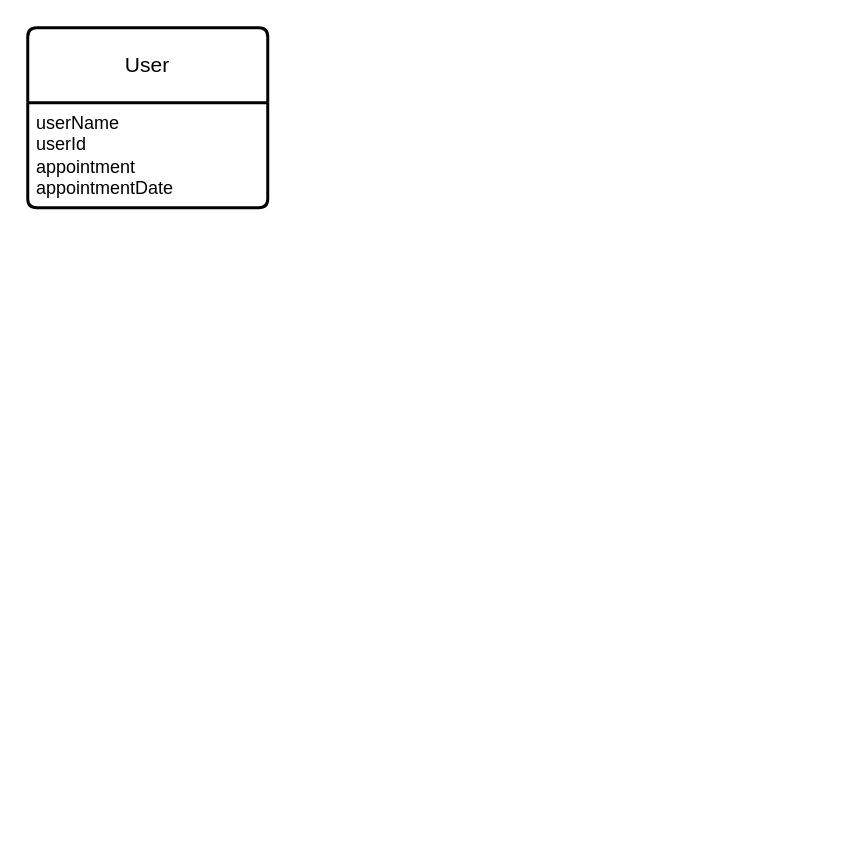
Earlier version of the draw.io diagram scheduler.drawio (mosnyik/scheduler). Source tidied: cells renumbered, new cells numbered last; positions are measured from the earlier drawing's top-left corner, leaving out a move shared by most shapes. Both pictures are drawn from the tidied source at 150%, with x=0, y=0 at pixel (27, 27).
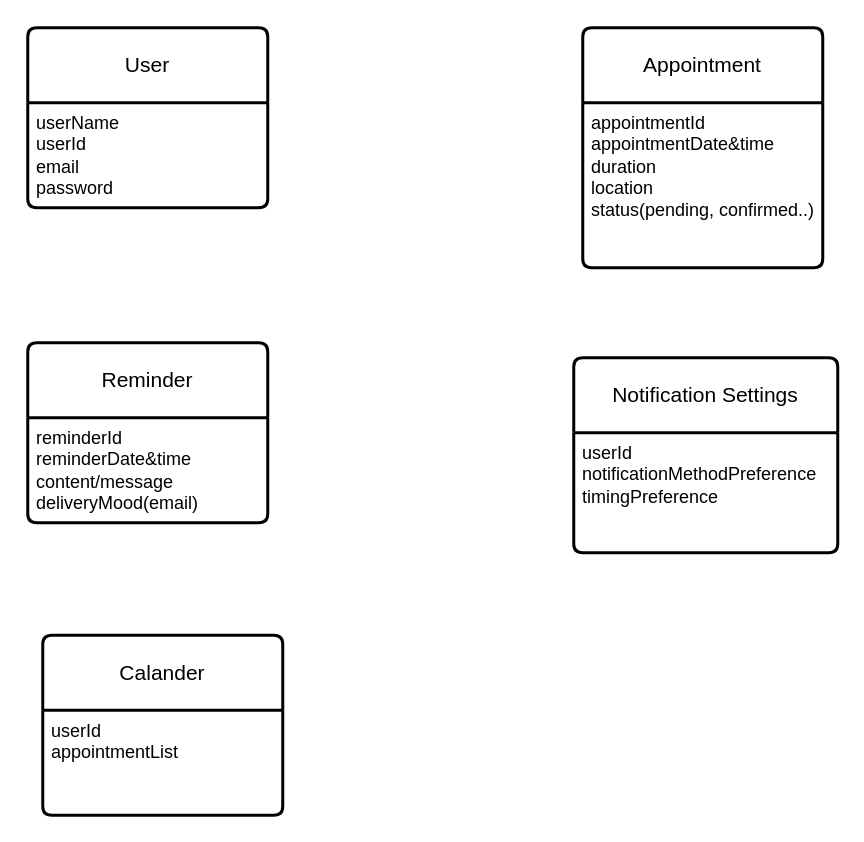
The same page after the edit.

Diff of the diagram source:
```diff
@@
 <mxGraphModel>
   <root>
     <mxCell id="0" />
     <mxCell id="1" parent="0" />
     <mxCell id="2" value="User" style="swimlane;horizontal=1;startSize=50;rounded=1;fontSize=14;fontStyle=0;strokeWidth=2;shadow=0;dashed=0;align=center;arcSize=4;whiteSpace=wrap;html=1;" parent="1" vertex="1">
       <mxGeometry width="160" height="120" as="geometry" />
     </mxCell>
-    <mxCell id="3" value="userName&lt;br&gt;userId&lt;br&gt;appointment&lt;br&gt;appointmentDate" style="align=left;strokeColor=none;fillColor=none;spacingLeft=4;fontSize=12;verticalAlign=top;html=1;" parent="2" vertex="1">
+    <mxCell id="3" value="userName&lt;br&gt;userId&lt;br&gt;email&lt;br&gt;password" style="align=left;strokeColor=none;fillColor=none;spacingLeft=4;fontSize=12;verticalAlign=top;html=1;" parent="2" vertex="1">
       <mxGeometry y="50" width="160" height="70" as="geometry" />
     </mxCell>
+    <mxCell id="4" value="Appointment" style="swimlane;horizontal=1;startSize=50;rounded=1;fontSize=14;fontStyle=0;strokeWidth=2;shadow=0;dashed=0;align=center;arcSize=4;whiteSpace=wrap;html=1;" parent="1" vertex="1">
+      <mxGeometry x="370" width="160" height="160" as="geometry" />
+    </mxCell>
+    <mxCell id="5" value="appointmentId&lt;br&gt;appointmentDate&amp;amp;time&lt;br&gt;duration&lt;br&gt;location&lt;br&gt;status(pending, confirmed..)" style="align=left;strokeColor=none;fillColor=none;spacingLeft=4;fontSize=12;verticalAlign=top;html=1;" parent="4" vertex="1">
+      <mxGeometry y="50" width="160" height="110" as="geometry" />
+    </mxCell>
+    <mxCell id="6" value="Reminder" style="swimlane;horizontal=1;startSize=50;rounded=1;fontSize=14;fontStyle=0;strokeWidth=2;shadow=0;dashed=0;align=center;arcSize=4;whiteSpace=wrap;html=1;" parent="1" vertex="1">
+      <mxGeometry y="210" width="160" height="120" as="geometry" />
+    </mxCell>
+    <mxCell id="7" value="reminderId&lt;br&gt;reminderDate&amp;amp;time&lt;br&gt;content/message&lt;br&gt;deliveryMood(email)" style="align=left;strokeColor=none;fillColor=none;spacingLeft=4;fontSize=12;verticalAlign=top;html=1;" parent="6" vertex="1">
+      <mxGeometry y="50" width="160" height="70" as="geometry" />
+    </mxCell>
+    <mxCell id="8" value="Notification Settings" style="swimlane;horizontal=1;startSize=50;rounded=1;fontSize=14;fontStyle=0;strokeWidth=2;shadow=0;dashed=0;align=center;arcSize=4;whiteSpace=wrap;html=1;" parent="1" vertex="1">
+      <mxGeometry x="364" y="220" width="176" height="130" as="geometry" />
+    </mxCell>
+    <mxCell id="9" value="userId&lt;br&gt;notificationMethodPreference&lt;br&gt;timingPreference" style="align=left;strokeColor=none;fillColor=none;spacingLeft=4;fontSize=12;verticalAlign=top;html=1;" parent="8" vertex="1">
+      <mxGeometry y="50" width="176" height="80" as="geometry" />
+    </mxCell>
+    <mxCell id="10" value="Calander" style="swimlane;horizontal=1;startSize=50;rounded=1;fontSize=14;fontStyle=0;strokeWidth=2;shadow=0;dashed=0;align=center;arcSize=4;whiteSpace=wrap;html=1;" parent="1" vertex="1">
+      <mxGeometry x="10" y="405" width="160" height="120" as="geometry" />
+    </mxCell>
+    <mxCell id="11" value="userId&lt;br&gt;appointmentList" style="align=left;strokeColor=none;fillColor=none;spacingLeft=4;fontSize=12;verticalAlign=top;html=1;" parent="10" vertex="1">
+      <mxGeometry y="50" width="160" height="70" as="geometry" />
+    </mxCell>
   </root>
 </mxGraphModel>
```
